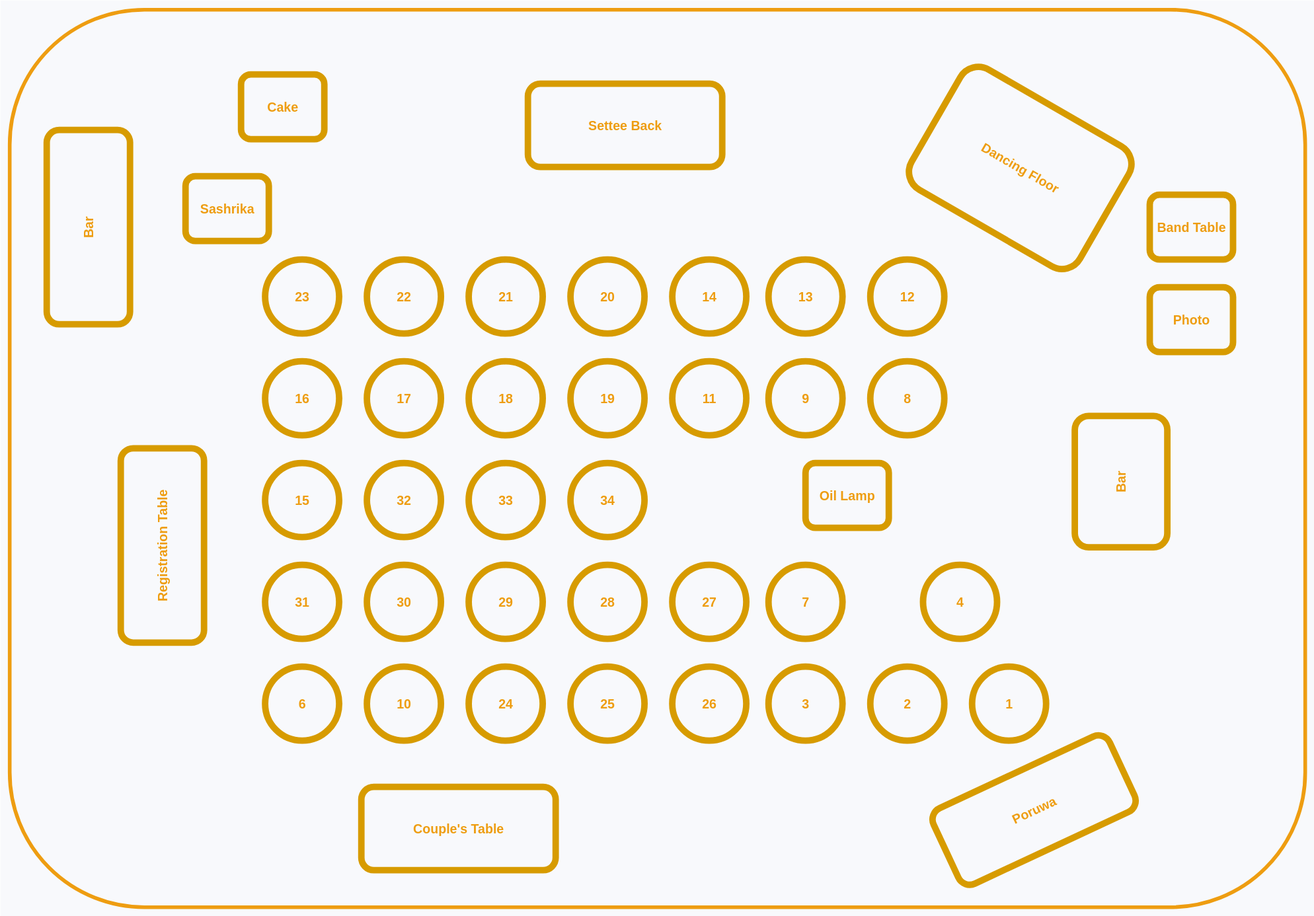
UvinduW/uvinduw.github.io keeps this draw.io diagram as lisitha_wedding.svg. Above is the earlier version. Source tidied: cells renumbered, new cells last; positions are measured from the earlier drawing's top-left corner, leaving out a move shared by most shapes.
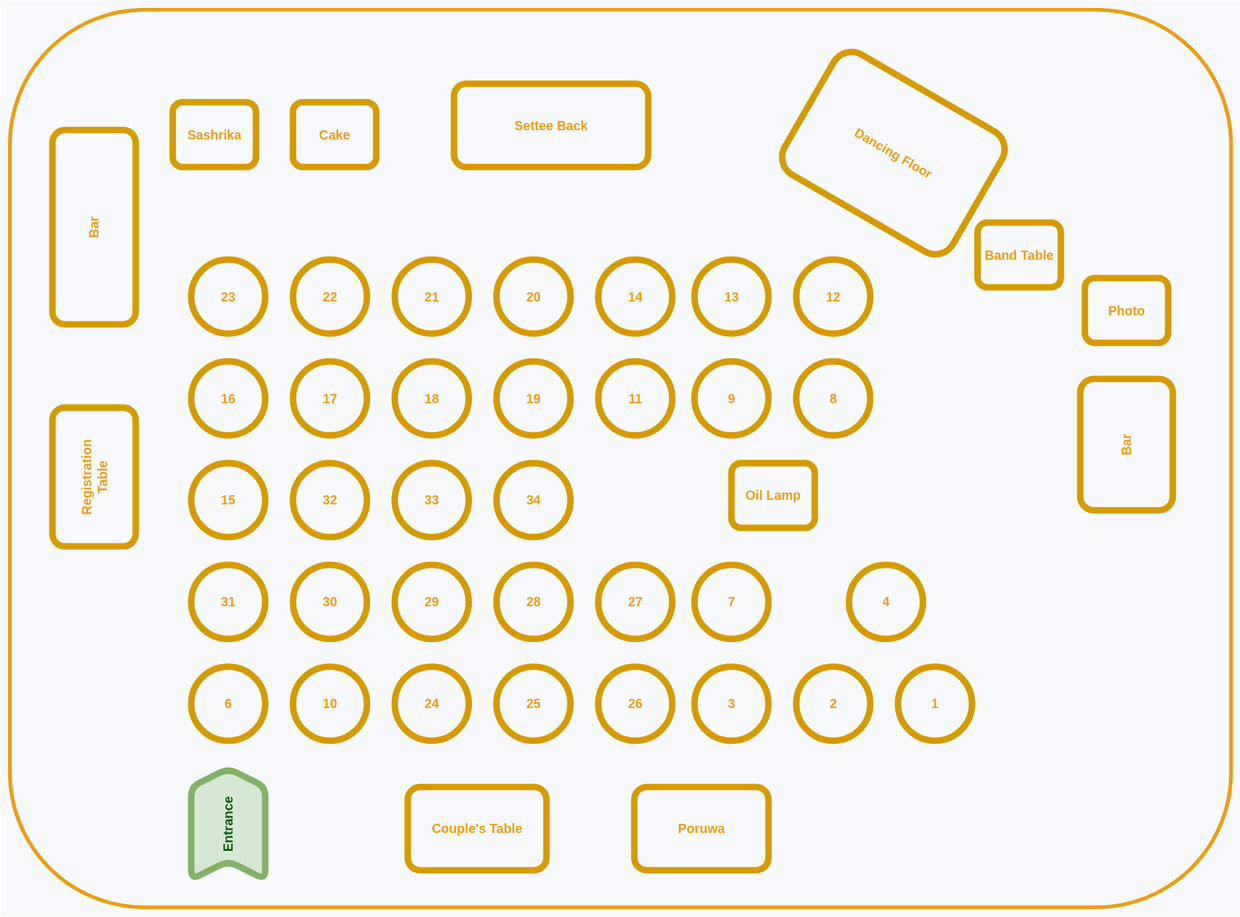
Above is the later version.

What changed in the source:
```diff
@@ -3,10 +3,10 @@
     <mxCell id="0" />
     <mxCell id="1" parent="0" />
     <mxCell id="2" style="rounded=0;whiteSpace=wrap;html=1;fillColor=#F8F9FC;strokeColor=none;" parent="1" vertex="1">
-      <mxGeometry x="10" width="1420" height="990" as="geometry" />
+      <mxGeometry x="90" width="1340" height="990" as="geometry" />
     </mxCell>
     <mxCell id="3" style="rounded=1;whiteSpace=wrap;html=1;fillColor=none;strokeColor=#EE9D11;strokeWidth=4;" parent="1" vertex="1">
-      <mxGeometry x="20" y="10" width="1400" height="970" as="geometry" />
+      <mxGeometry x="100" y="10" width="1320" height="970" as="geometry" />
     </mxCell>
     <mxCell id="4" value="22" style="ellipse;whiteSpace=wrap;html=1;fillColor=none;strokeColor=#d79b00;strokeWidth=7;fontColor=#EE9D11;fontSize=14;fontStyle=1;" parent="1" vertex="1">
       <mxGeometry x="406" y="280" width="80" height="80" as="geometry" />
@@ -75,22 +75,22 @@
       <mxGeometry x="736" y="720" width="80" height="80" as="geometry" />
     </mxCell>
     <mxCell id="26" value="Couple's Table" style="rounded=1;whiteSpace=wrap;html=1;fillColor=none;strokeColor=#d79b00;strokeWidth=7;fontColor=#EE9D11;fontSize=14;fontStyle=1;" parent="1" vertex="1">
-      <mxGeometry x="400" y="850" width="210" height="90" as="geometry" />
+      <mxGeometry x="530" y="850" width="150" height="90" as="geometry" />
     </mxCell>
     <mxCell id="27" value="Settee Back" style="rounded=1;whiteSpace=wrap;html=1;fillColor=none;strokeColor=#d79b00;strokeWidth=7;fontColor=#EE9D11;fontSize=14;fontStyle=1;" parent="1" vertex="1">
       <mxGeometry x="580" y="90" width="210" height="90" as="geometry" />
     </mxCell>
     <mxCell id="28" value="Cake" style="rounded=1;whiteSpace=wrap;html=1;fillColor=none;strokeColor=#d79b00;strokeWidth=7;fontColor=#EE9D11;fontSize=14;fontStyle=1;" parent="1" vertex="1">
-      <mxGeometry x="270" y="80" width="90" height="70" as="geometry" />
+      <mxGeometry x="406" y="110" width="90" height="70" as="geometry" />
     </mxCell>
     <mxCell id="29" value="Sashrika" style="rounded=1;whiteSpace=wrap;html=1;fillColor=none;strokeColor=#d79b00;strokeWidth=7;fontColor=#EE9D11;fontSize=14;fontStyle=1;" parent="1" vertex="1">
-      <mxGeometry x="210" y="190" width="90" height="70" as="geometry" />
+      <mxGeometry x="276" y="110" width="90" height="70" as="geometry" />
     </mxCell>
     <mxCell id="30" value="Bar" style="rounded=1;whiteSpace=wrap;html=1;rotation=-90;fillColor=none;strokeColor=#d79b00;strokeWidth=7;fontColor=#EE9D11;fontSize=14;fontStyle=1;" parent="1" vertex="1">
-      <mxGeometry y="200" width="210" height="90" as="geometry" />
+      <mxGeometry x="86" y="200" width="210" height="90" as="geometry" />
     </mxCell>
-    <mxCell id="31" value="Registration Table" style="rounded=1;whiteSpace=wrap;html=1;rotation=-90;fillColor=none;strokeColor=#d79b00;strokeWidth=7;fontColor=#EE9D11;fontSize=14;fontStyle=1;" parent="1" vertex="1">
-      <mxGeometry x="80" y="544" width="210" height="90" as="geometry" />
+    <mxCell id="31" value="Registration&lt;div&gt;Table&lt;/div&gt;" style="rounded=1;whiteSpace=wrap;html=1;rotation=-90;fillColor=none;strokeColor=#d79b00;strokeWidth=7;fontColor=#EE9D11;fontSize=14;fontStyle=1;" parent="1" vertex="1">
+      <mxGeometry x="116" y="470" width="150" height="90" as="geometry" />
     </mxCell>
     <mxCell id="32" value="Oil Lamp" style="rounded=1;whiteSpace=wrap;html=1;fillColor=none;strokeColor=#d79b00;strokeWidth=7;fontColor=#EE9D11;fontSize=14;fontStyle=1;" parent="1" vertex="1">
       <mxGeometry x="880" y="500" width="90" height="70" as="geometry" />
@@ -102,25 +102,25 @@
       <mxGeometry x="736" y="280" width="80" height="80" as="geometry" />
     </mxCell>
     <mxCell id="35" value="Dancing Floor" style="rounded=1;whiteSpace=wrap;html=1;fillColor=none;strokeColor=#d79b00;strokeWidth=7;fontColor=#EE9D11;fontSize=14;fontStyle=1;rotation=30;" parent="1" vertex="1">
-      <mxGeometry x="1007" y="106" width="210" height="150" as="geometry" />
+      <mxGeometry x="950" y="90" width="210" height="150" as="geometry" />
     </mxCell>
-    <mxCell id="36" value="Poruwa" style="rounded=1;whiteSpace=wrap;html=1;fillColor=none;strokeColor=#d79b00;strokeWidth=7;fontColor=#EE9D11;fontSize=14;fontStyle=1;rotation=-25;" parent="1" vertex="1">
-      <mxGeometry x="1022" y="830" width="210" height="90" as="geometry" />
+    <mxCell id="36" value="Poruwa" style="rounded=1;whiteSpace=wrap;html=1;fillColor=none;strokeColor=#d79b00;strokeWidth=7;fontColor=#EE9D11;fontSize=14;fontStyle=1;rotation=0;" parent="1" vertex="1">
+      <mxGeometry x="775" y="850" width="145" height="90" as="geometry" />
     </mxCell>
     <mxCell id="37" value="Band Table" style="rounded=1;whiteSpace=wrap;html=1;fillColor=none;strokeColor=#d79b00;strokeWidth=7;fontColor=#EE9D11;fontSize=14;fontStyle=1;" parent="1" vertex="1">
-      <mxGeometry x="1252" y="210" width="90" height="70" as="geometry" />
+      <mxGeometry x="1146" y="240" width="90" height="70" as="geometry" />
     </mxCell>
     <mxCell id="38" value="Bar" style="rounded=1;whiteSpace=wrap;html=1;rotation=-90;fillColor=none;strokeColor=#d79b00;strokeWidth=7;fontColor=#EE9D11;fontSize=14;fontStyle=1;" parent="1" vertex="1">
-      <mxGeometry x="1150" y="470" width="142" height="100" as="geometry" />
+      <mxGeometry x="1236" y="430" width="142" height="100" as="geometry" />
     </mxCell>
     <mxCell id="39" value="Photo" style="rounded=1;whiteSpace=wrap;html=1;fillColor=none;strokeColor=#d79b00;strokeWidth=7;fontColor=#EE9D11;fontSize=14;fontStyle=1;" parent="1" vertex="1">
-      <mxGeometry x="1252" y="310" width="90" height="70" as="geometry" />
+      <mxGeometry x="1262" y="300" width="90" height="70" as="geometry" />
     </mxCell>
     <mxCell id="40" value="7" style="ellipse;whiteSpace=wrap;html=1;fillColor=none;strokeColor=#d79b00;strokeWidth=7;fontColor=#EE9D11;fontSize=14;fontStyle=1;" parent="1" vertex="1">
       <mxGeometry x="840" y="610" width="80" height="80" as="geometry" />
     </mxCell>
     <mxCell id="41" value="5" style="ellipse;whiteSpace=wrap;html=1;fillColor=none;strokeColor=none;strokeWidth=7;fontColor=none;fontSize=14;fontStyle=1;noLabel=1;" parent="1" vertex="1">
-      <mxGeometry x="840" y="840" width="80" height="80" as="geometry" />
+      <mxGeometry x="960" y="840" width="80" height="80" as="geometry" />
     </mxCell>
     <mxCell id="42" value="1" style="ellipse;whiteSpace=wrap;html=1;fillColor=none;strokeColor=#d79b00;strokeWidth=7;fontColor=#EE9D11;fontSize=14;fontStyle=1;" parent="1" vertex="1">
       <mxGeometry x="1060" y="720" width="80" height="80" as="geometry" />
@@ -146,5 +146,8 @@
     <mxCell id="49" value="8" style="ellipse;whiteSpace=wrap;html=1;fillColor=none;strokeColor=#d79b00;strokeWidth=7;fontColor=#EE9D11;fontSize=14;fontStyle=1;" parent="1" vertex="1">
       <mxGeometry x="950" y="390" width="80" height="80" as="geometry" />
     </mxCell>
+    <mxCell id="50" value="Entrance" style="shape=step;perimeter=stepPerimeter;whiteSpace=wrap;html=1;fixedSize=1;rotation=-90;rounded=1;fillColor=#d5e8d4;strokeColor=#82b366;strokeWidth=7;fontSize=14;fontStyle=1;fontColor=light-dark(#045d05, #ededed);" parent="1" vertex="1">
+      <mxGeometry x="276" y="850" width="120" height="80" as="geometry" />
+    </mxCell>
   </root>
 </mxGraphModel>
```
